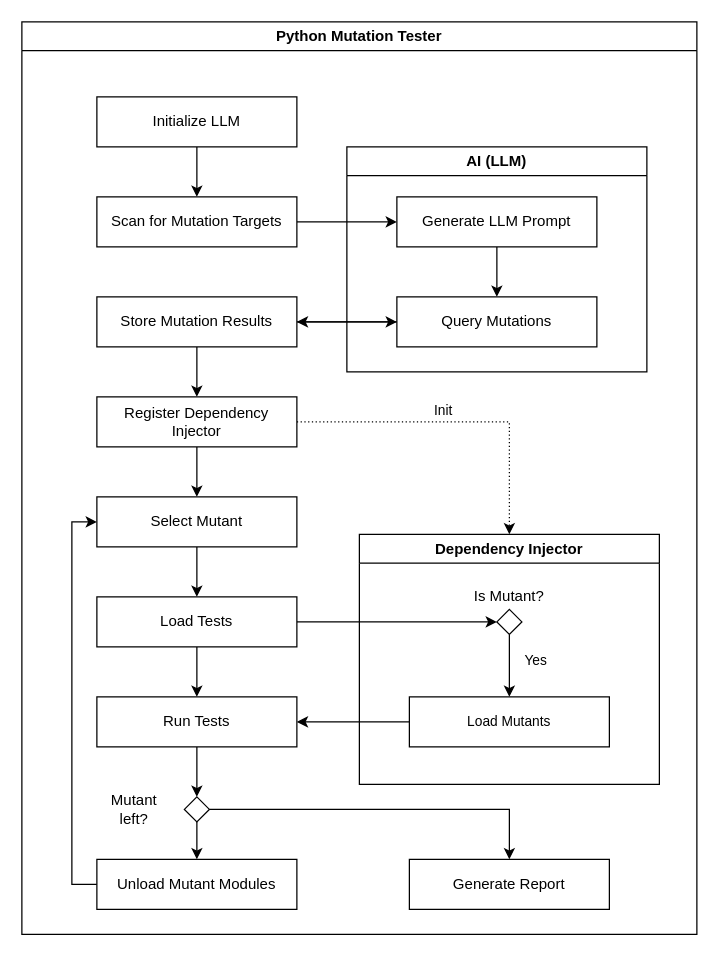
Earlier version of the draw.io diagram ai4se.drawio (robert-oleynik/AI4SE-Mutation-Testing). Source tidied: cells renumbered, new cells numbered last; positions are measured from the earlier drawing's top-left corner, leaving out a move shared by most shapes. Both pictures are drawn from the tidied source at 125%, with x=0, y=0 at pixel (21, 21).
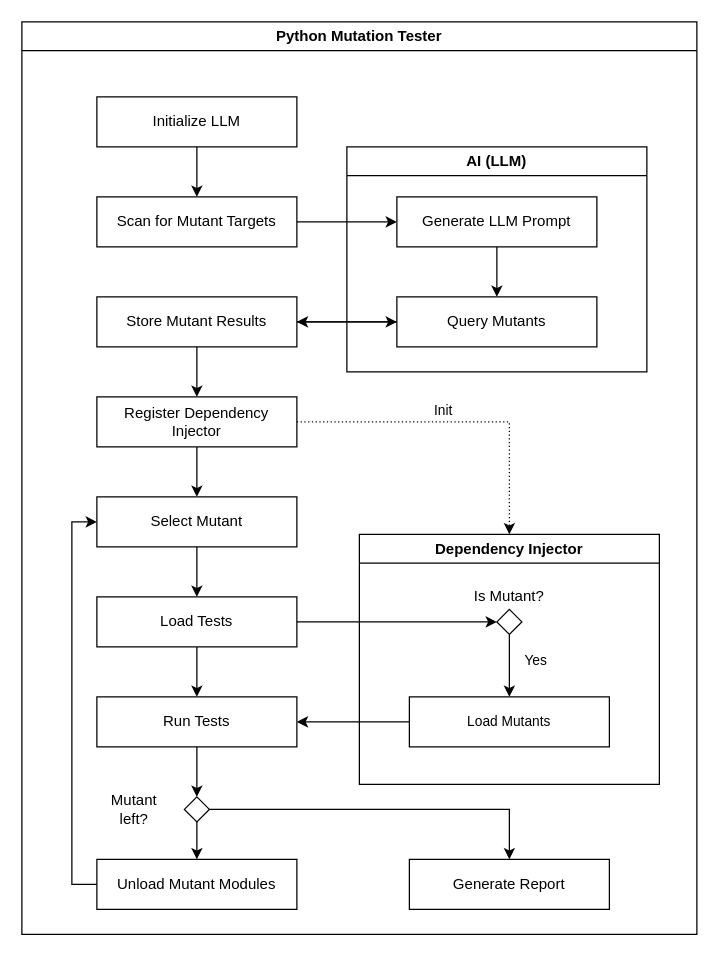
The same page after the edit.

The change refers to these unchanged cells:
```xml
<mxCell id="2" value="Python Mutation Tester" style="swimlane;whiteSpace=wrap;html=1;" parent="1" vertex="1">
  <mxGeometry width="540" height="730" as="geometry" />
</mxCell>
<mxCell id="7" value="AI (LLM)" style="swimlane;whiteSpace=wrap;html=1;" parent="2" vertex="1">
  <mxGeometry x="260" y="100" width="240" height="180" as="geometry" />
</mxCell>
```

What changed in the source:
```diff
@@
-    <mxCell id="6" value="Scan for Mutation Targets" style="rounded=0;whiteSpace=wrap;html=1;" parent="2" vertex="1">
+    <mxCell id="6" value="Scan for Mutant Targets" style="rounded=0;whiteSpace=wrap;html=1;" parent="2" vertex="1">
       <mxGeometry x="60" y="140" width="160" height="40" as="geometry" />
     </mxCell>
@@
-    <mxCell id="11" value="Query Mutations" style="rounded=0;whiteSpace=wrap;html=1;" parent="7" vertex="1">
+    <mxCell id="11" value="Query Mutants" style="rounded=0;whiteSpace=wrap;html=1;" parent="7" vertex="1">
       <mxGeometry x="40" y="120" width="160" height="40" as="geometry" />
     </mxCell>
@@
-    <mxCell id="14" value="Store Mutation Results" style="rounded=0;whiteSpace=wrap;html=1;" parent="2" vertex="1">
+    <mxCell id="14" value="Store Mutant Results" style="rounded=0;whiteSpace=wrap;html=1;" parent="2" vertex="1">
       <mxGeometry x="60" y="220" width="160" height="40" as="geometry" />
     </mxCell>
```
